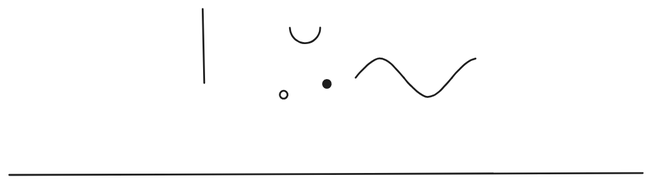
Above: content/assets/aaa.excalidraw.svg in starlitriver/starlitriver.github.io (Excalidraw), before the change. Source tidied: one line per element, renumbered; positions are measured from the earlier drawing's top-left corner, leaving out a move shared by most shapes.
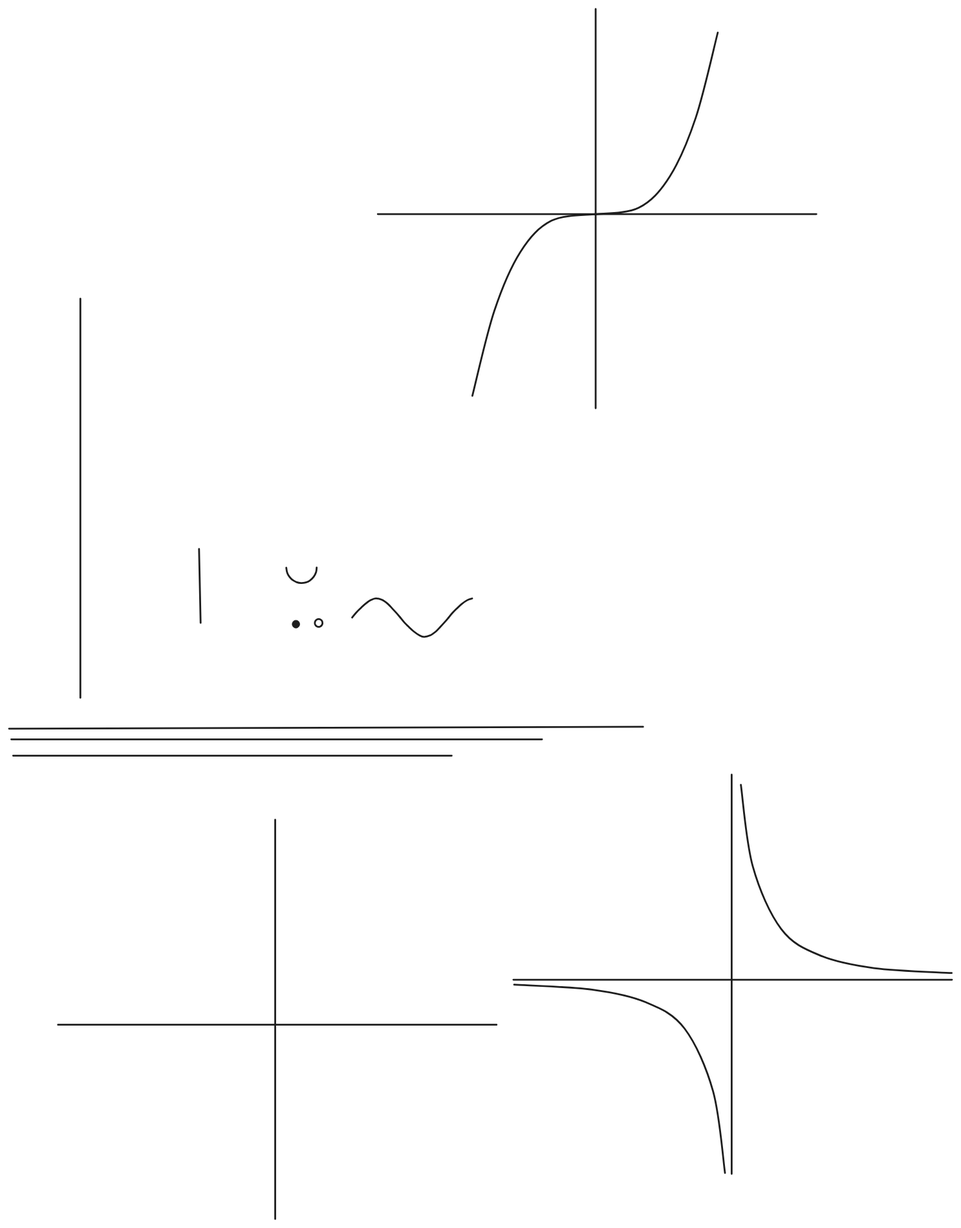
Later version of the same file.

The edit, as a diff of the source:
```diff
@@ -1,8 +1,21 @@
 {"id": 0, "type": "line", "strokeColor": "#1e1e1e", "angle": 1.57, "strokeWidth": 2, "roughness": 0, "round": true, "x": 319, "y": 46, "width": 17, "height": 34, "points": [[0, 0], [5, -1], [8, -2], [12, -5], [14, -8], [16, -12], [17, -16], [16, -21], [14, -26], [10, -30], [5, -33], [0, -34]]}
-{"id": 1, "type": "ellipse", "strokeColor": "#1e1e1e", "backgroundColor": "#1e1e1e", "fillStyle": "solid", "strokeWidth": 2, "roughness": 0, "round": true, "x": 347, "y": 78, "width": 8, "height": 9}
 {"id": 2, "type": "line", "strokeColor": "#1e1e1e", "strokeWidth": 2, "roughness": 0, "round": true, "x": 214, "y": 0, "width": 2, "height": 82, "points": [[0, 0], [2, 82]]}
-{"id": 3, "type": "line", "strokeColor": "#1e1e1e", "strokeWidth": 2, "roughness": 0, "round": true, "x": 0, "y": 183, "width": 700, "height": 2, "points": [[0, 0], [700, -2]]}
+{"id": 3, "type": "line", "strokeColor": "#1e1e1e", "strokeWidth": 2, "roughness": 0, "round": true, "x": 4, "y": 198, "width": 700, "height": 2, "points": [[0, 0], [700, -2]]}
-{"id": 4, "type": "ellipse", "strokeColor": "#1e1e1e", "backgroundColor": "#1e1e1e", "fillStyle": "hachure", "strokeWidth": 2, "roughness": 0, "round": true, "x": 299, "y": 90, "width": 8, "height": 9}
+{"id": 4, "type": "ellipse", "strokeColor": "#1e1e1e", "backgroundColor": "#1e1e1e", "fillStyle": "hachure", "strokeWidth": 2, "roughness": 0, "round": true, "x": 342, "y": 77, "width": 8, "height": 9}
 {"id": 5, "type": "line", "strokeColor": "#1e1e1e", "angle": 1.57, "strokeWidth": 2, "roughness": 0, "round": true, "x": 452, "y": 60, "width": 21, "height": 53, "points": [[0, 0], [5, 4], [10, 9], [15, 14], [19, 20], [21, 27], [19, 32], [15, 39], [10, 44], [5, 49], [0, 53]]}
 {"id": 6, "type": "line", "strokeColor": "#1e1e1e", "angle": 4.71, "strokeWidth": 2, "roughness": 0, "round": true, "x": 399, "y": 92, "width": 21, "height": 53, "points": [[0, 0], [5, -4], [10, -9], [15, -14], [19, -20], [21, -27], [19, -32], [15, -39], [10, -44], [5, -49], [0, -53]]}
 {"id": 7, "type": "line", "strokeColor": "#1e1e1e", "angle": 4.71, "strokeWidth": 2, "roughness": 0, "round": true, "x": 513, "y": 78, "width": 21, "height": 26, "points": [[0, 0], [-2, -5], [-6, -12], [-11, -17], [-16, -22], [-21, -26]]}
+{"id": 8, "type": "line", "strokeColor": "#1e1e1e", "strokeWidth": 2, "roughness": 0, "round": true, "x": 83, "y": -277, "width": 0, "height": 441, "points": [[0, 0], [0, 441]]}
+{"id": 9, "type": "line", "strokeColor": "#1e1e1e", "strokeWidth": 2, "roughness": 0, "round": true, "x": 6, "y": 210, "width": 586, "height": 0, "points": [[0, 0], [586, 0]]}
+{"id": 10, "type": "line", "strokeColor": "#1e1e1e", "strokeWidth": 2, "roughness": 0, "round": true, "x": 8, "y": 228, "width": 484, "height": 0, "points": [[0, 0], [484, 0]]}
+{"id": 11, "type": "line", "strokeColor": "#1e1e1e", "strokeWidth": 2, "roughness": 0, "round": true, "x": 298, "y": 299, "width": 0, "height": 441, "points": [[0, 0], [0, 441]]}
+{"id": 12, "type": "line", "strokeColor": "#1e1e1e", "strokeWidth": 2, "roughness": 0, "round": true, "x": 58, "y": 526, "width": 484, "height": 0, "points": [[0, 0], [484, 0]]}
+{"id": 13, "type": "line", "strokeColor": "#1e1e1e", "strokeWidth": 2, "roughness": 0, "round": true, "x": 652, "y": -596, "width": 0, "height": 441, "points": [[0, 0], [0, 441]]}
+{"id": 14, "type": "line", "strokeColor": "#1e1e1e", "strokeWidth": 2, "roughness": 0, "round": true, "x": 411, "y": -370, "width": 484, "height": 0, "points": [[0, 0], [484, 0]]}
+{"id": 15, "type": "line", "strokeColor": "#1e1e1e", "strokeWidth": 2, "roughness": 0, "round": true, "x": 516, "y": -169, "width": 136, "height": 201, "points": [[0, 0], [24, -94], [53, -159], [87, -193], [136, -201]]}
+{"id": 16, "type": "line", "strokeColor": "#1e1e1e", "strokeWidth": 2, "roughness": 0, "round": true, "x": 787, "y": -570, "width": 136, "height": 201, "points": [[0, 0], [-24, 94], [-53, 159], [-87, 193], [-136, 201]]}
+{"id": 17, "type": "line", "strokeColor": "#1e1e1e", "strokeWidth": 2, "roughness": 0, "round": true, "x": 802, "y": 249, "width": 0, "height": 441, "points": [[0, 0], [0, 441]]}
+{"id": 18, "type": "line", "strokeColor": "#1e1e1e", "strokeWidth": 2, "roughness": 0, "round": true, "x": 561, "y": 476, "width": 484, "height": 0, "points": [[0, 0], [484, 0]]}
+{"id": 19, "type": "line", "strokeColor": "#1e1e1e", "strokeWidth": 2, "roughness": 0, "round": true, "x": 562, "y": 481, "width": 233, "height": 208, "points": [[0, 0], [86, 5], [146, 20], [188, 49], [220, 118], [233, 208]]}
+{"id": 20, "type": "line", "strokeColor": "#1e1e1e", "strokeWidth": 2, "roughness": 0, "round": true, "x": 1045, "y": 468, "width": 233, "height": 208, "points": [[0, 0], [-86, -5], [-146, -20], [-188, -49], [-220, -118], [-233, -208]]}
+{"id": 21, "type": "ellipse", "strokeColor": "#1e1e1e", "backgroundColor": "#1e1e1e", "fillStyle": "solid", "strokeWidth": 0.5, "roughness": 0, "round": true, "x": 317, "y": 79, "width": 8, "height": 9}
```
